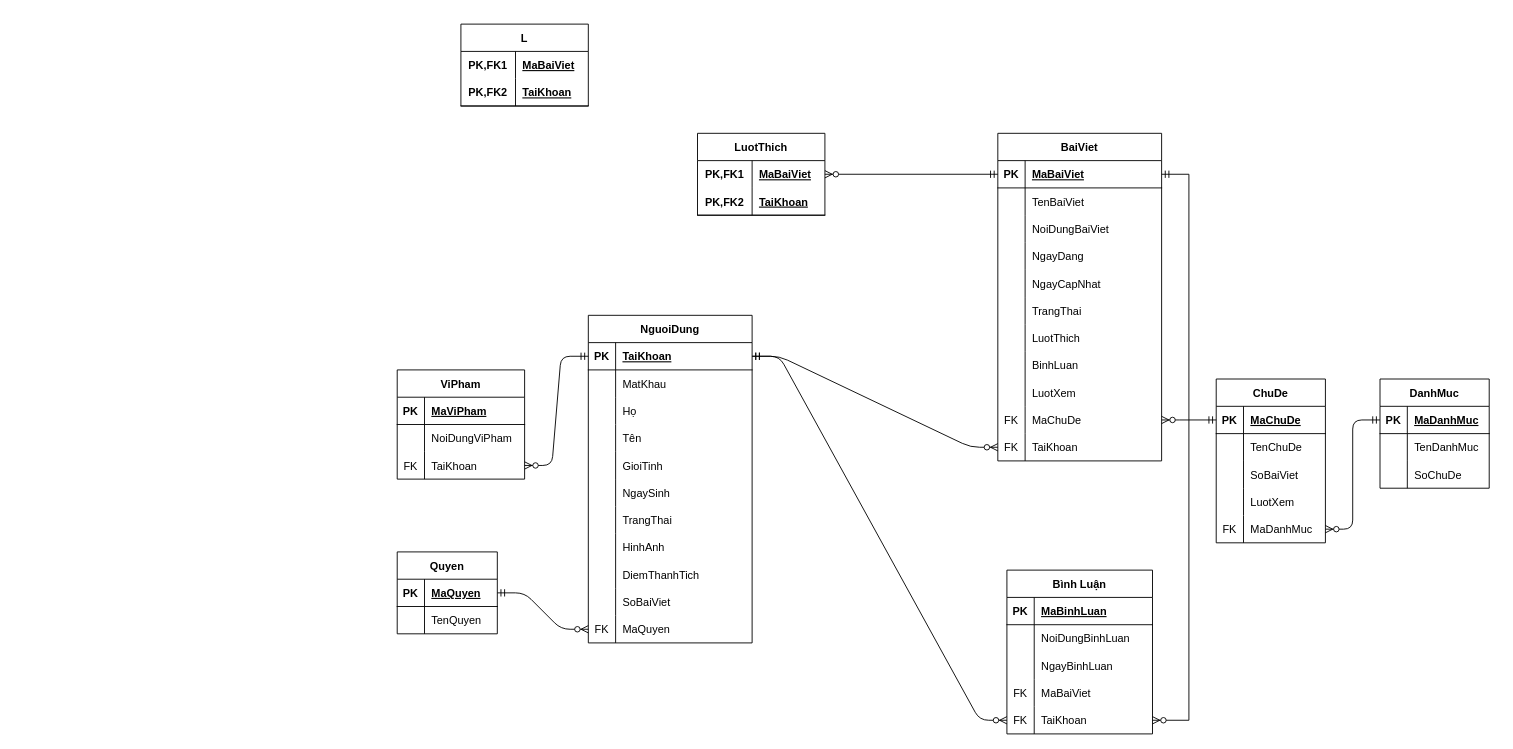
Before: page "Page-2" (2 of 2) of Other/Diagram.drawio in phanvandinh99/Forum, a draw.io diagram. Source tidied: cells renumbered, new cells numbered last; positions are measured from the earlier drawing's top-left corner, leaving out a move shared by most shapes. Both pictures are drawn from the tidied source at 91%, with x=0, y=0 at pixel (397, 24).
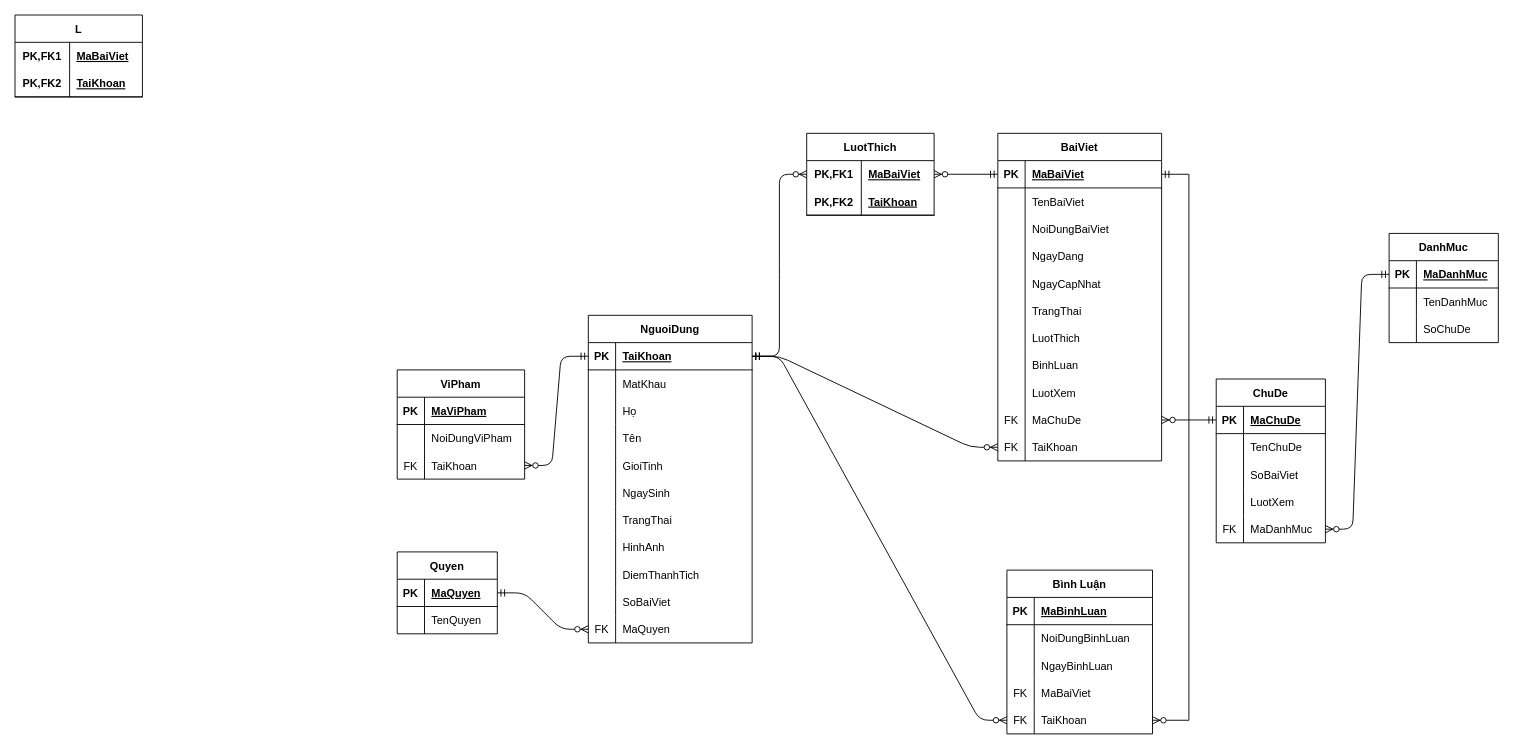
The same page after the edit.

Unchanged cells that the change refers to:
```xml
<mxCell id="37" style="shape=partialRectangle;fillColor=none;top=0;left=0;bottom=1;right=0;points=[[0,0.5],[1,0.5]];portConstraint=eastwest;" parent="36" vertex="1">
  <mxGeometry y="30" width="180" height="30" as="geometry" />
</mxCell>
<mxCell id="137" style="shape=partialRectangle;fillColor=none;top=0;left=0;bottom=0;right=0;points=[[0,0.5],[1,0.5]];portConstraint=eastwest;" parent="136" vertex="1">
  <mxGeometry y="30" width="140" height="30" as="geometry" />
</mxCell>
```

Change to the diagram source:
```diff
@@
     <mxCell id="103" value="DanhMuc" style="shape=table;startSize=30;childLayout=tableLayout;rowLines=0;fontStyle=1;align=center;" parent="1" vertex="1">
-      <mxGeometry x="1080" y="390" width="120" height="120" as="geometry" />
+      <mxGeometry x="1090" y="230" width="120" height="120" as="geometry" />
     </mxCell>
@@
     <mxCell id="136" value="LuotThich" style="shape=table;startSize=30;childLayout=tableLayout;rowLines=0;fontStyle=1;align=center;" parent="1" vertex="1">
-      <mxGeometry x="330" y="120" width="140" height="90" as="geometry" />
+      <mxGeometry x="450" y="120" width="140" height="90" as="geometry" />
     </mxCell>
@@
     <mxCell id="144" value="L" style="shape=table;startSize=30;childLayout=tableLayout;rowLines=0;fontStyle=1;align=center;" parent="1" vertex="1">
-      <mxGeometry x="70" width="140" height="90" as="geometry" />
+      <mxGeometry x="-420" y="-10" width="140" height="90" as="geometry" />
     </mxCell>
@@
+    <mxCell id="151" style="edgeStyle=entityRelationEdgeStyle;fontSize=12;html=1;endArrow=ERzeroToMany;startArrow=ERmandOne;" parent="1" edge="1" source="37" target="137">
+      <mxGeometry relative="1" as="geometry" />
+    </mxCell>
```
